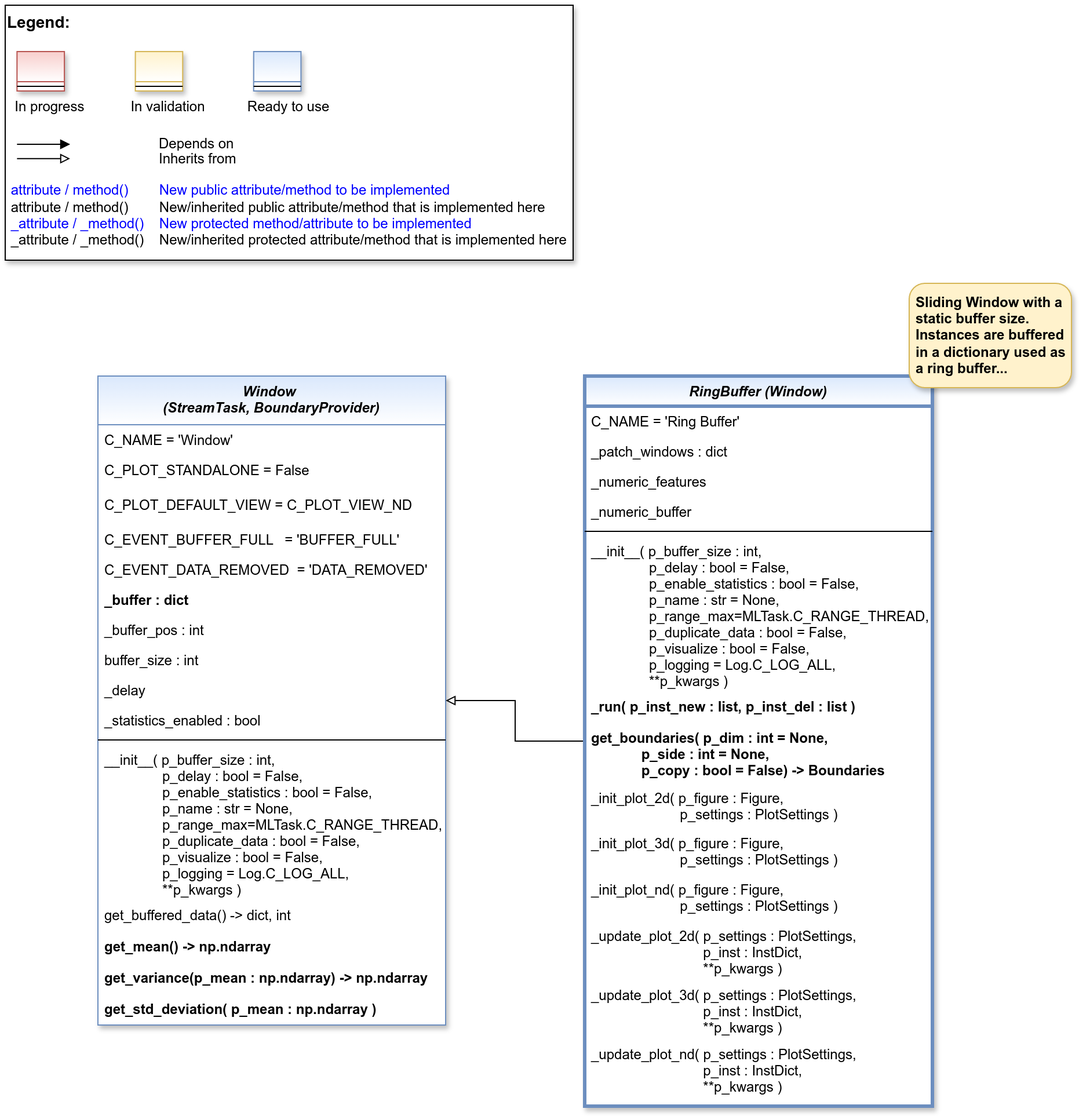
Before: doc/rtd/content/99_appendices/appendix2/sub/mlpro_bf/layer3_application_support/bf_streams_pool/tasks/images/MLPro-BF-Streams-Tasks-Window_class_diagram.drawio.png, a diagram exported from draw.io (fhswf/MLPro). Source tidied: cells renumbered, new cells last; positions are measured from the earlier drawing's top-left corner, leaving out a move shared by most shapes.
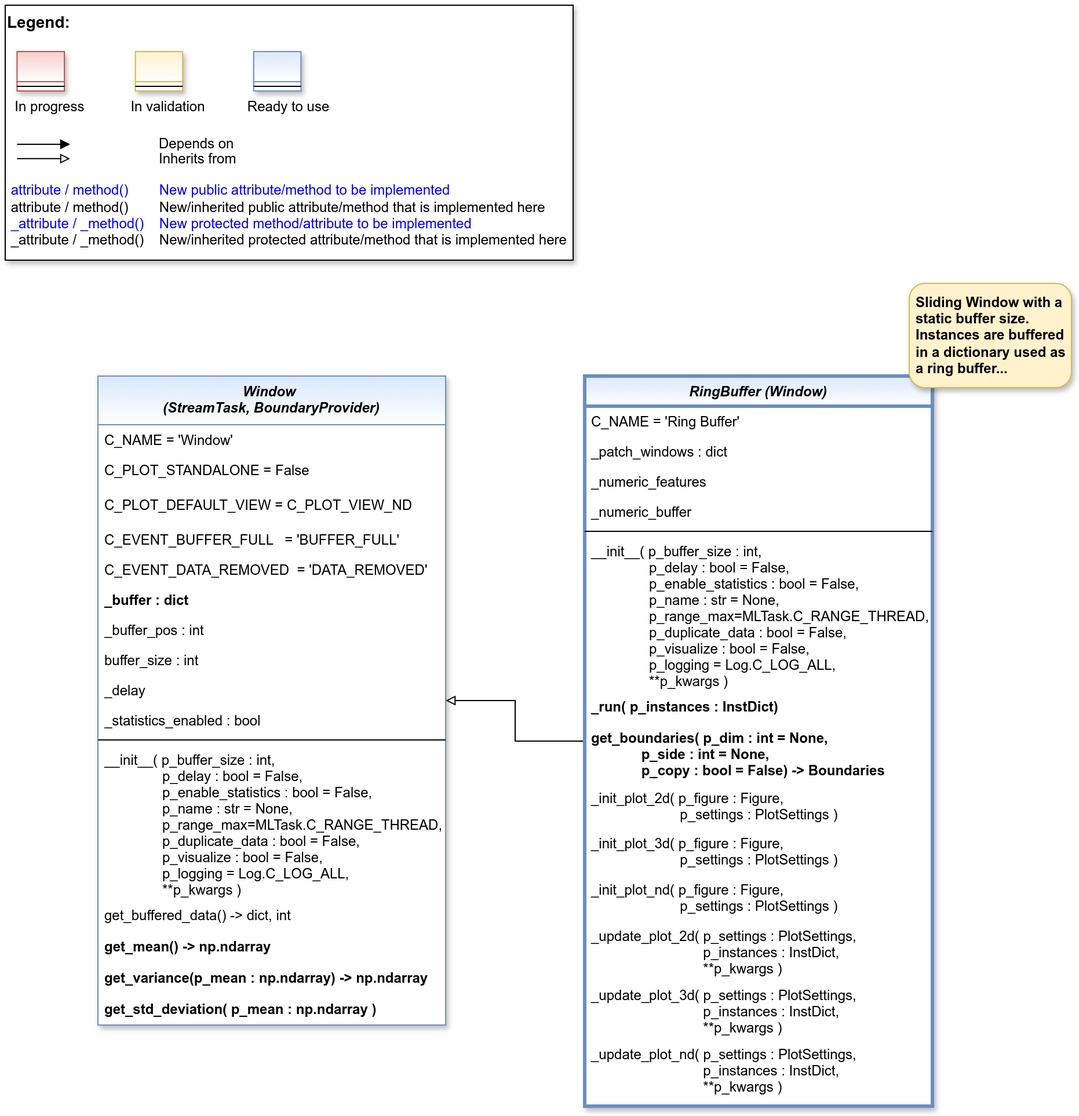
The same diagram one commit later.

What changed in the source:
```diff
@@ -118,7 +118,7 @@
     <mxCell id="36" value="__init__( p_buffer_size : int,&#10;               p_delay : bool = False,&#10;               p_enable_statistics : bool = False,&#10;               p_name : str = None,&#10;               p_range_max=MLTask.C_RANGE_THREAD,&#10;               p_duplicate_data : bool = False,&#10;               p_visualize : bool = False,&#10;               p_logging = Log.C_LOG_ALL,&#10;               **p_kwargs )" style="text;align=left;verticalAlign=top;spacingLeft=4;spacingRight=4;overflow=hidden;fontColor=default;" parent="30" vertex="1">
       <mxGeometry y="138" width="300" height="134" as="geometry" />
     </mxCell>
-    <mxCell id="37" value="_run( p_inst_new : list, p_inst_del : list )" style="text;align=left;verticalAlign=top;spacingLeft=4;spacingRight=4;overflow=hidden;fontColor=default;fontStyle=1;" parent="30" vertex="1">
+    <mxCell id="37" value="_run( p_instances : InstDict)" style="text;align=left;verticalAlign=top;spacingLeft=4;spacingRight=4;overflow=hidden;fontColor=default;fontStyle=1;" parent="30" vertex="1">
       <mxGeometry y="272" width="300" height="27" as="geometry" />
     </mxCell>
     <mxCell id="38" value="get_boundaries( p_dim : int = None, &#10;             p_side : int = None, &#10;             p_copy : bool = False) -&gt; Boundaries" style="text;align=left;verticalAlign=top;spacingLeft=4;spacingRight=4;overflow=hidden;fontColor=default;fontStyle=1;" parent="30" vertex="1">
@@ -133,13 +133,13 @@
     <mxCell id="41" value="_init_plot_nd( p_figure : Figure, &#10;                       p_settings : PlotSettings )" style="text;align=left;verticalAlign=top;spacingLeft=4;spacingRight=4;overflow=hidden;fontColor=default;" parent="30" vertex="1">
       <mxGeometry y="430" width="300" height="40" as="geometry" />
     </mxCell>
-    <mxCell id="42" value="_update_plot_2d( p_settings : PlotSettings,&#10;                             p_inst : InstDict,&#10;                             **p_kwargs )" style="text;align=left;verticalAlign=top;spacingLeft=4;spacingRight=4;overflow=hidden;fontColor=default;" parent="30" vertex="1">
+    <mxCell id="42" value="_update_plot_2d( p_settings : PlotSettings,&#10;                             p_instances : InstDict,&#10;                             **p_kwargs )" style="text;align=left;verticalAlign=top;spacingLeft=4;spacingRight=4;overflow=hidden;fontColor=default;" parent="30" vertex="1">
       <mxGeometry y="470" width="300" height="51" as="geometry" />
     </mxCell>
-    <mxCell id="43" value="_update_plot_3d( p_settings : PlotSettings,&#10;                             p_inst : InstDict,&#10;                             **p_kwargs )" style="text;align=left;verticalAlign=top;spacingLeft=4;spacingRight=4;overflow=hidden;fontColor=default;" parent="30" vertex="1">
+    <mxCell id="43" value="_update_plot_3d( p_settings : PlotSettings,&#10;                             p_instances : InstDict,&#10;                             **p_kwargs )" style="text;align=left;verticalAlign=top;spacingLeft=4;spacingRight=4;overflow=hidden;fontColor=default;" parent="30" vertex="1">
       <mxGeometry y="521" width="300" height="51" as="geometry" />
     </mxCell>
-    <mxCell id="44" value="_update_plot_nd( p_settings : PlotSettings,&#10;                             p_inst : InstDict,&#10;                             **p_kwargs )" style="text;align=left;verticalAlign=top;spacingLeft=4;spacingRight=4;overflow=hidden;fontColor=default;" parent="30" vertex="1">
+    <mxCell id="44" value="_update_plot_nd( p_settings : PlotSettings,&#10;                             p_instances : InstDict,&#10;                             **p_kwargs )" style="text;align=left;verticalAlign=top;spacingLeft=4;spacingRight=4;overflow=hidden;fontColor=default;" parent="30" vertex="1">
       <mxGeometry y="572" width="300" height="51" as="geometry" />
     </mxCell>
     <mxCell id="45" value="&lt;span style=&quot;font-weight: 700;&quot;&gt;Sliding Window with a static buffer size. Instances are buffered in a dictionary used as a ring buffer...&lt;/span&gt;" style="rounded=1;whiteSpace=wrap;html=1;align=left;spacingLeft=4;verticalAlign=middle;fillColor=#fff2cc;strokeColor=#d6b656;gradientColor=none;shadow=1;" parent="1" vertex="1">
```
